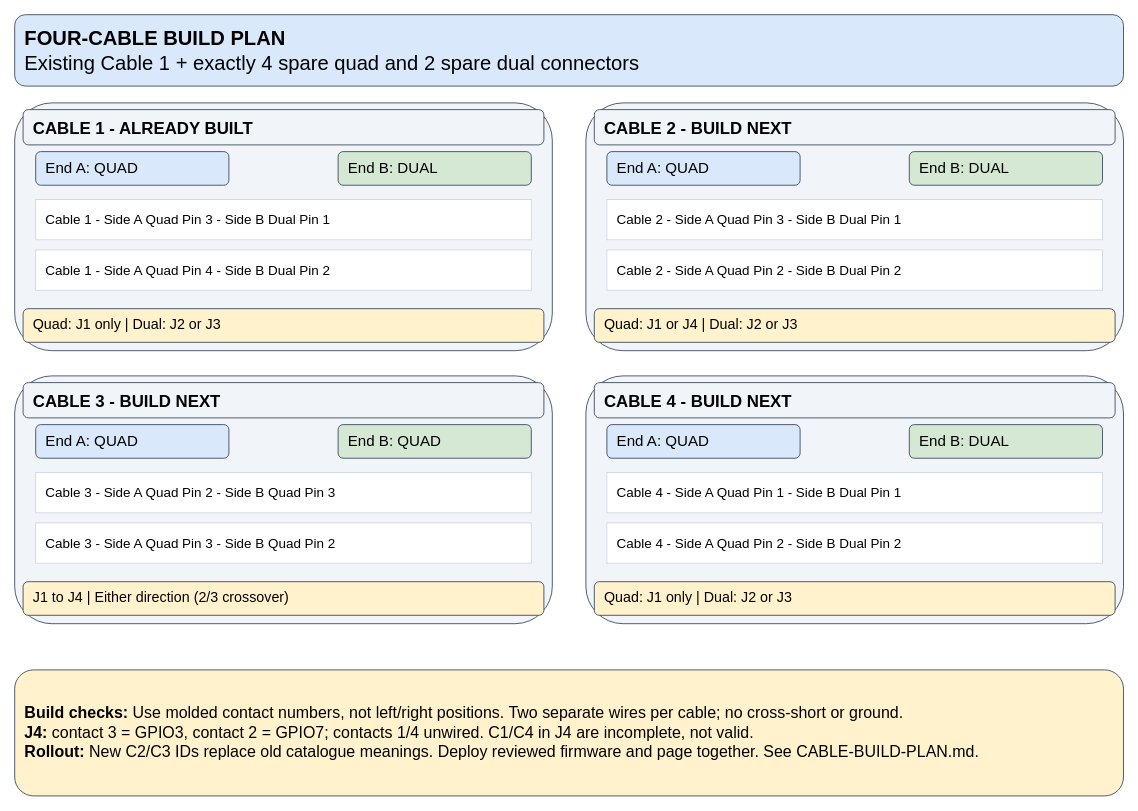
Andworx/Copilot-IoT-Game keeps this draw.io diagram as page "Cable Build Plan" (2 of 2) of hardware/raspberry-pi/panel-pi-wiring.drawio. Above is the earlier version. Source tidied: cells renumbered, new cells numbered last; positions are measured from the earlier drawing's top-left corner, leaving out a move shared by most shapes. Both pictures are drawn from the tidied source at 84%, with x=0, y=0 at pixel (14, 14).
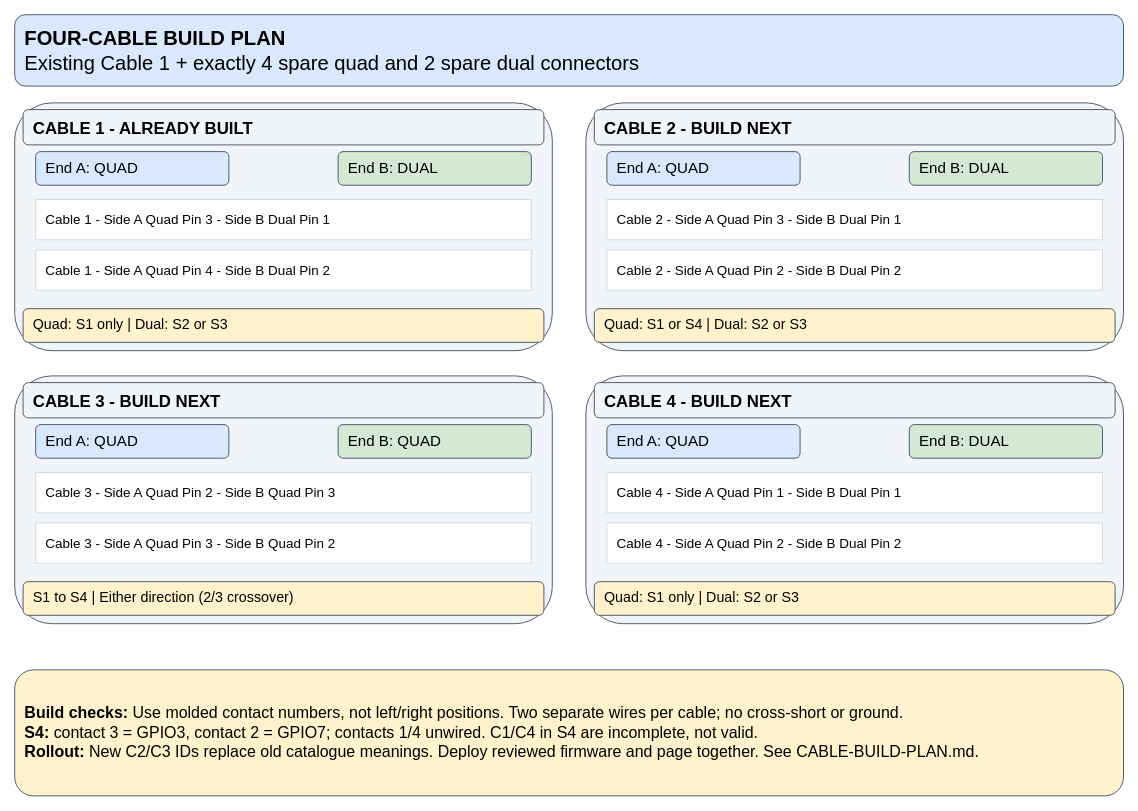
The same diagram, later.

Change to the diagram source:
```diff
@@
-    <mxCell id="9" value="Quad: J1 only | Dual: J2 or J3" style="rounded=1;whiteSpace=wrap;html=1;fillColor=#FFF2CC;strokeColor=#334155;fontSize=17;fontFamily=Helvetica;align=left;verticalAlign=middle;spacing=12;" parent="1" vertex="1">
+    <mxCell id="9" value="Quad: S1 only | Dual: S2 or S3" style="rounded=1;whiteSpace=wrap;html=1;fillColor=#FFF2CC;strokeColor=#334155;fontSize=17;fontFamily=Helvetica;align=left;verticalAlign=middle;spacing=12;" parent="1" vertex="1">
       <mxGeometry x="10" y="350" width="620" height="40" as="geometry" />
     </mxCell>
@@
-    <mxCell id="16" value="Quad: J1 or J4 | Dual: J2 or J3" style="rounded=1;whiteSpace=wrap;html=1;fillColor=#FFF2CC;strokeColor=#334155;fontSize=17;fontFamily=Helvetica;align=left;verticalAlign=middle;spacing=12;" parent="1" vertex="1">
+    <mxCell id="16" value="Quad: S1 or S4 | Dual: S2 or S3" style="rounded=1;whiteSpace=wrap;html=1;fillColor=#FFF2CC;strokeColor=#334155;fontSize=17;fontFamily=Helvetica;align=left;verticalAlign=middle;spacing=12;" parent="1" vertex="1">
       <mxGeometry x="690" y="350" width="620" height="40" as="geometry" />
     </mxCell>
@@
-    <mxCell id="23" value="J1 to J4 | Either direction (2/3 crossover)" style="rounded=1;whiteSpace=wrap;html=1;fillColor=#FFF2CC;strokeColor=#334155;fontSize=17;fontFamily=Helvetica;align=left;verticalAlign=middle;spacing=12;" parent="1" vertex="1">
+    <mxCell id="23" value="S1 to S4 | Either direction (2/3 crossover)" style="rounded=1;whiteSpace=wrap;html=1;fillColor=#FFF2CC;strokeColor=#334155;fontSize=17;fontFamily=Helvetica;align=left;verticalAlign=middle;spacing=12;" parent="1" vertex="1">
       <mxGeometry x="10" y="675" width="620" height="40" as="geometry" />
     </mxCell>
@@
-    <mxCell id="30" value="Quad: J1 only | Dual: J2 or J3" style="rounded=1;whiteSpace=wrap;html=1;fillColor=#FFF2CC;strokeColor=#334155;fontSize=17;fontFamily=Helvetica;align=left;verticalAlign=middle;spacing=12;" parent="1" vertex="1">
+    <mxCell id="30" value="Quad: S1 only | Dual: S2 or S3" style="rounded=1;whiteSpace=wrap;html=1;fillColor=#FFF2CC;strokeColor=#334155;fontSize=17;fontFamily=Helvetica;align=left;verticalAlign=middle;spacing=12;" parent="1" vertex="1">
       <mxGeometry x="690" y="675" width="620" height="40" as="geometry" />
     </mxCell>
-    <mxCell id="31" value="&lt;b&gt;Build checks:&lt;/b&gt; Use molded contact numbers, not left/right positions. Two separate wires per cable; no cross-short or ground.&lt;br&gt;&lt;b&gt;J4:&lt;/b&gt; contact 3 = GPIO3, contact 2 = GPIO7; contacts 1/4 unwired. C1/C4 in J4 are incomplete, not valid.&lt;br&gt;&lt;b&gt;Rollout:&lt;/b&gt; New C2/C3 IDs replace old catalogue meanings. Deploy reviewed firmware and page together. See CABLE-BUILD-PLAN.md." style="rounded=1;whiteSpace=wrap;html=1;fillColor=#FFF2CC;strokeColor=#334155;fontSize=19;fontFamily=Helvetica;align=left;verticalAlign=middle;spacing=12;" parent="1" vertex="1">
+    <mxCell id="31" value="&lt;b&gt;Build checks:&lt;/b&gt; Use molded contact numbers, not left/right positions. Two separate wires per cable; no cross-short or ground.&lt;br&gt;&lt;b&gt;S4:&lt;/b&gt; contact 3 = GPIO3, contact 2 = GPIO7; contacts 1/4 unwired. C1/C4 in S4 are incomplete, not valid.&lt;br&gt;&lt;b&gt;Rollout:&lt;/b&gt; New C2/C3 IDs replace old catalogue meanings. Deploy reviewed firmware and page together. See CABLE-BUILD-PLAN.md." style="rounded=1;whiteSpace=wrap;html=1;fillColor=#FFF2CC;strokeColor=#334155;fontSize=19;fontFamily=Helvetica;align=left;verticalAlign=middle;spacing=12;" parent="1" vertex="1">
       <mxGeometry y="780" width="1320" height="150" as="geometry" />
     </mxCell>
```
